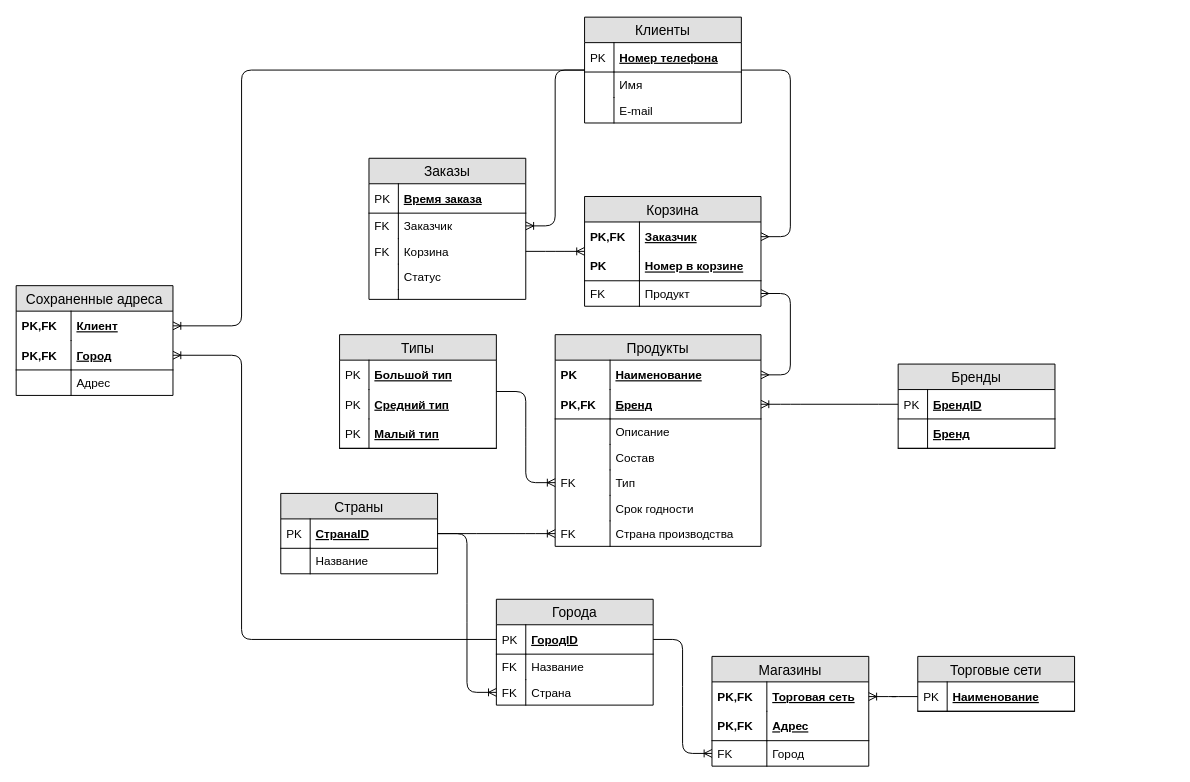
The draw.io diagram СУБД.drawio in kaktusss123/0_git_basics, before the edit. Source tidied: cells renumbered, new cells numbered last; positions are measured from the earlier drawing's top-left corner, leaving out a move shared by most shapes. Both pictures are drawn from the tidied source at 98%, with x=0, y=0 at pixel (16, 17).
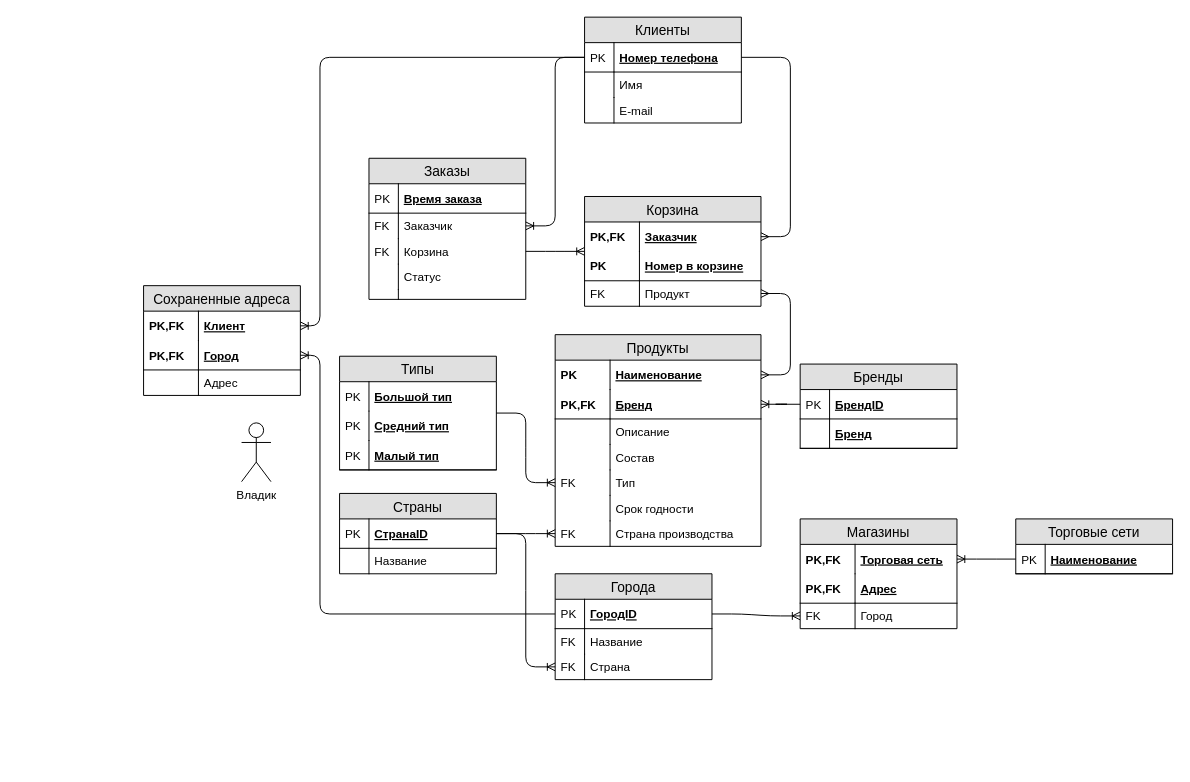
After the change.

The change refers to these unchanged cells:
```xml
<mxCell id="27" value="ГородID" style="shape=partialRectangle;top=0;left=0;right=0;bottom=1;align=left;verticalAlign=middle;fillColor=none;spacingLeft=34;spacingRight=4;overflow=hidden;points=[[0,0.5],[1,0.5]];portConstraint=eastwest;fontStyle=5;fontSize=12;" parent="26" vertex="1">
  <mxGeometry y="26" width="160" height="30" as="geometry" />
</mxCell>
<mxCell id="60" value="Заказчик" style="shape=partialRectangle;top=0;left=0;right=0;bottom=0;align=left;verticalAlign=top;fillColor=none;spacingLeft=34;spacingRight=4;overflow=hidden;points=[[0,0.5],[1,0.5]];portConstraint=eastwest;fontSize=12;" parent="57" vertex="1">
  <mxGeometry y="56" width="160" height="26" as="geometry" />
</mxCell>
<mxCell id="70" value="Заказчик" style="shape=partialRectangle;top=0;left=0;right=0;bottom=0;align=left;verticalAlign=middle;fillColor=none;spacingLeft=60;spacingRight=4;overflow=hidden;points=[[0,0.5],[1,0.5]];portConstraint=eastwest;fontStyle=5;fontSize=12;" parent="69" vertex="1">
  <mxGeometry y="26" width="180" height="30" as="geometry" />
</mxCell>
<mxCell id="77" value="Клиенты" style="swimlane;fontStyle=0;horizontal=1;startSize=26;fillColor=#e0e0e0;swimlaneFillColor=#ffffff;align=center;fontSize=14;strokeColor=#000000;" parent="1" vertex="1">
  <mxGeometry x="580" width="160" height="108" as="geometry" />
</mxCell>
<mxCell id="78" value="Номер телефона" style="shape=partialRectangle;top=0;left=0;right=0;bottom=1;align=left;verticalAlign=middle;fillColor=none;spacingLeft=34;spacingRight=4;overflow=hidden;points=[[0,0.5],[1,0.5]];portConstraint=eastwest;fontStyle=5;fontSize=12;" parent="77" vertex="1">
  <mxGeometry y="26" width="160" height="30" as="geometry" />
</mxCell>
<mxCell id="87" value="Клиент" style="shape=partialRectangle;top=0;left=0;right=0;bottom=0;align=left;verticalAlign=middle;fillColor=none;spacingLeft=60;spacingRight=4;overflow=hidden;points=[[0,0.5],[1,0.5]];portConstraint=eastwest;fontStyle=5;fontSize=12;" parent="86" vertex="1">
  <mxGeometry y="26" width="160" height="30" as="geometry" />
</mxCell>
<mxCell id="89" value="Город" style="shape=partialRectangle;top=0;left=0;right=0;bottom=1;align=left;verticalAlign=middle;fillColor=none;spacingLeft=60;spacingRight=4;overflow=hidden;points=[[0,0.5],[1,0.5]];portConstraint=eastwest;fontStyle=5;fontSize=12;" parent="86" vertex="1">
  <mxGeometry y="56" width="160" height="30" as="geometry" />
</mxCell>
```

The edit, as a diff of the source:
```diff
@@
     <mxCell id="17" value="Страны" style="swimlane;fontStyle=0;horizontal=1;startSize=26;fillColor=#e0e0e0;swimlaneFillColor=#ffffff;align=center;fontSize=14;strokeColor=#000000;" parent="1" vertex="1">
-      <mxGeometry x="270" y="486" width="160" height="82" as="geometry" />
+      <mxGeometry x="330" y="486" width="160" height="82" as="geometry" />
     </mxCell>
@@
     <mxCell id="23" value="Торговые сети" style="swimlane;fontStyle=0;horizontal=1;startSize=26;fillColor=#e0e0e0;swimlaneFillColor=#ffffff;align=center;fontSize=14;strokeColor=#000000;" parent="1" vertex="1">
-      <mxGeometry x="920" y="652.3" width="160" height="56" as="geometry" />
+      <mxGeometry x="1020" y="512" width="160" height="56" as="geometry" />
     </mxCell>
@@
     <mxCell id="26" value="Города" style="swimlane;fontStyle=0;horizontal=1;startSize=26;fillColor=#e0e0e0;swimlaneFillColor=#ffffff;align=center;fontSize=14;strokeColor=#000000;" parent="1" vertex="1">
-      <mxGeometry x="490" y="594" width="160" height="108" as="geometry" />
+      <mxGeometry x="550" y="568" width="160" height="108" as="geometry" />
     </mxCell>
@@
     <mxCell id="34" value="Магазины" style="swimlane;fontStyle=0;horizontal=1;startSize=26;fillColor=#e0e0e0;swimlaneFillColor=#ffffff;align=center;fontSize=14;strokeColor=#000000;" parent="1" vertex="1">
-      <mxGeometry x="710" y="652.3" width="160" height="112" as="geometry" />
+      <mxGeometry x="800" y="512" width="160" height="112" as="geometry" />
     </mxCell>
@@
     <mxCell id="43" value="Типы" style="swimlane;fontStyle=0;horizontal=1;startSize=26;fillColor=#e0e0e0;swimlaneFillColor=#ffffff;align=center;fontSize=14;strokeColor=#000000;" parent="1" vertex="1">
-      <mxGeometry x="330" y="324" width="160" height="116" as="geometry" />
+      <mxGeometry x="330" y="346" width="160" height="116" as="geometry" />
     </mxCell>
@@
     <mxCell id="51" value="Бренды" style="swimlane;fontStyle=0;horizontal=1;startSize=26;fillColor=#e0e0e0;swimlaneFillColor=#ffffff;align=center;fontSize=14;strokeColor=#000000;" parent="1" vertex="1">
-      <mxGeometry x="900" y="354" width="160" height="86" as="geometry" />
+      <mxGeometry x="800" y="354" width="160" height="86" as="geometry" />
     </mxCell>
@@
-    <mxCell id="84" style="edgeStyle=entityRelationEdgeStyle;fontSize=12;html=1;endArrow=ERoneToMany;" parent="1" edge="1" source="77" target="60">
+    <mxCell id="84" style="edgeStyle=entityRelationEdgeStyle;fontSize=12;html=1;endArrow=ERoneToMany;" parent="1" edge="1" source="78" target="60">
       <mxGeometry relative="1" as="geometry" />
     </mxCell>
-    <mxCell id="85" style="edgeStyle=entityRelationEdgeStyle;fontSize=12;html=1;endArrow=ERmany;" parent="1" edge="1" source="77" target="70">
+    <mxCell id="85" style="edgeStyle=entityRelationEdgeStyle;fontSize=12;html=1;endArrow=ERmany;" parent="1" edge="1" source="78" target="70">
       <mxGeometry relative="1" as="geometry" />
     </mxCell>
     <mxCell id="86" value="Сохраненные адреса" style="swimlane;fontStyle=0;horizontal=1;startSize=26;fillColor=#e0e0e0;swimlaneFillColor=#ffffff;align=center;fontSize=14;strokeColor=#000000;" parent="1" vertex="1">
-      <mxGeometry y="274" width="160" height="112" as="geometry" />
+      <mxGeometry x="130" y="274" width="160" height="112" as="geometry" />
     </mxCell>
@@
-    <mxCell id="93" style="edgeStyle=elbowEdgeStyle;fontSize=12;html=1;endArrow=ERoneToMany;" parent="1" edge="1" source="77" target="87">
+    <mxCell id="93" style="edgeStyle=elbowEdgeStyle;fontSize=12;html=1;endArrow=ERoneToMany;" parent="1" edge="1" source="78" target="87">
       <mxGeometry relative="1" as="geometry">
         <Array as="points">
+          <mxPoint x="310" y="144" />
           <mxPoint x="230" y="184" />
         </Array>
       </mxGeometry>
     </mxCell>
     <mxCell id="94" style="edgeStyle=elbowEdgeStyle;fontSize=12;html=1;endArrow=ERoneToMany;" parent="1" edge="1" source="27" target="89">
       <mxGeometry relative="1" as="geometry">
         <Array as="points">
-          <mxPoint x="230" y="504" />
+          <mxPoint x="310" y="494" />
         </Array>
       </mxGeometry>
     </mxCell>
+    <mxCell id="95" value="Владик" style="shape=umlActor;verticalLabelPosition=bottom;labelBackgroundColor=#ffffff;verticalAlign=top;html=1;" parent="1" vertex="1">
+      <mxGeometry x="230" y="414" width="30" height="60" as="geometry" />
+    </mxCell>
```
